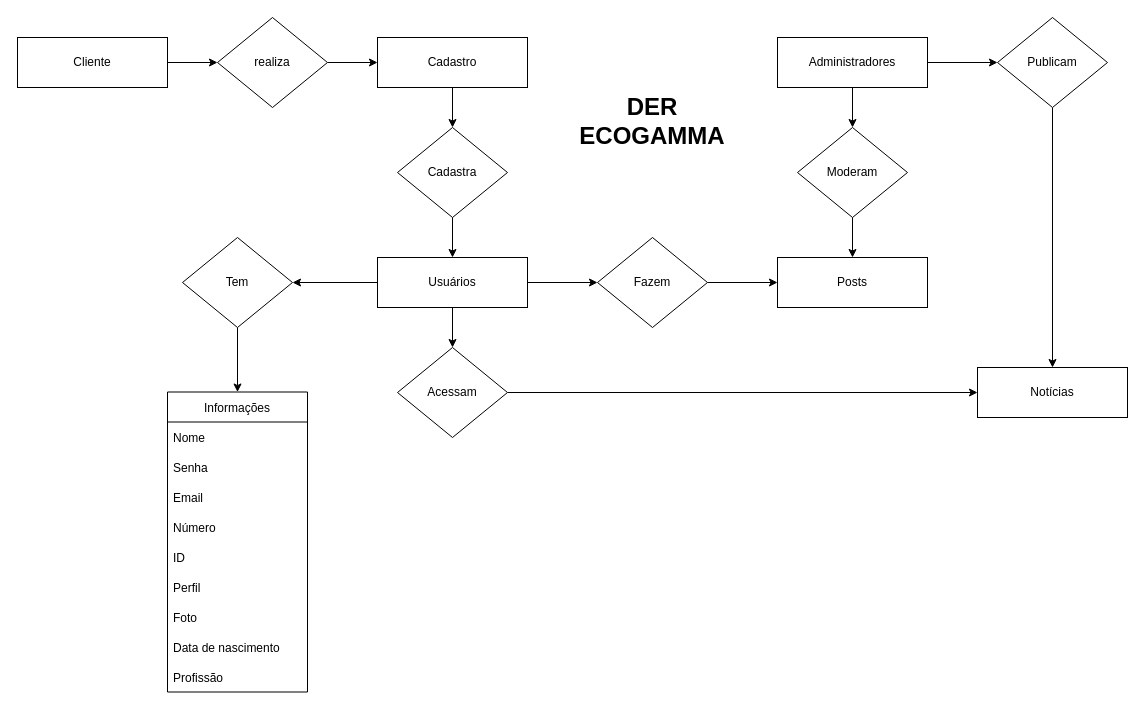
Before: page "Page-1" (1 of 2) of Mapa Conceitual/Untitled Diagram.drawio in zululuga/Ecogamma-mapa, a draw.io diagram. Source tidied: cells renumbered, new cells numbered last; positions are measured from the earlier drawing's top-left corner, leaving out a move shared by most shapes. Both pictures are drawn from the tidied source at 100%, with x=0, y=0 at pixel (17, 17).
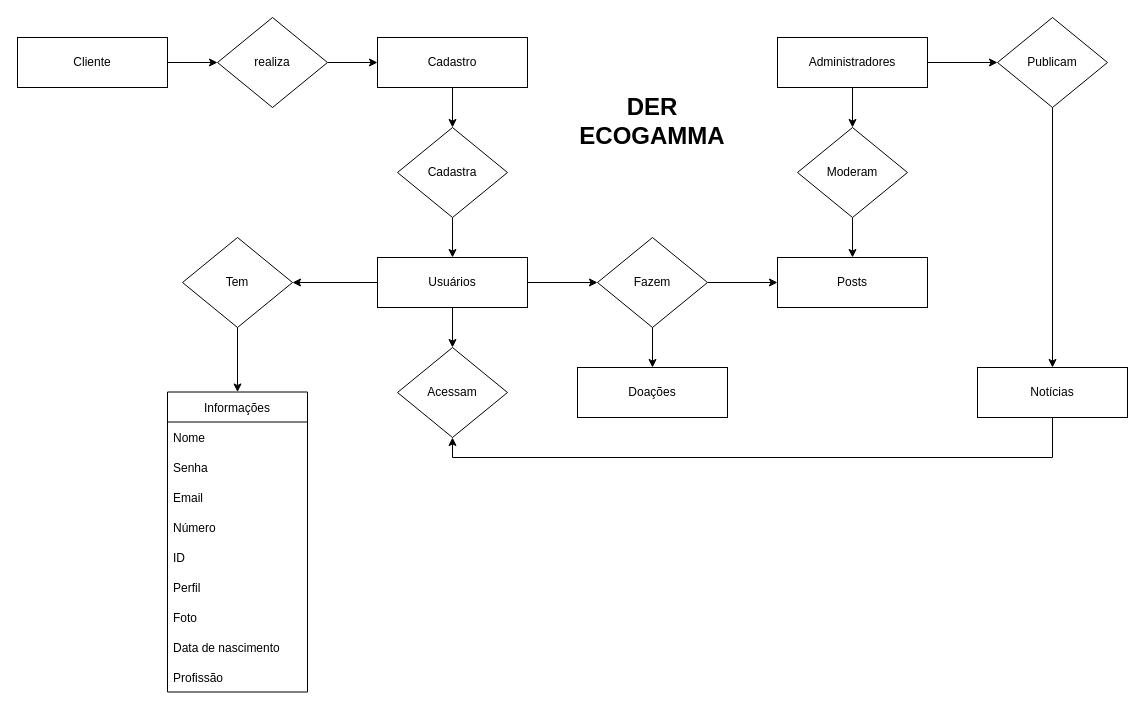
The same diagram, later.

Unchanged cells that the change refers to:
```xml
<mxCell id="18" value="Fazem" style="rhombus;whiteSpace=wrap;html=1;" parent="1" vertex="1">
  <mxGeometry x="580" y="220" width="110" height="90" as="geometry" />
</mxCell>
<mxCell id="27" value="Notícias" style="rounded=0;whiteSpace=wrap;html=1;" parent="1" vertex="1">
  <mxGeometry x="960" y="350" width="150" height="50" as="geometry" />
</mxCell>
<mxCell id="41" value="Acessam" style="rhombus;whiteSpace=wrap;html=1;" parent="1" vertex="1">
  <mxGeometry x="380" y="330" width="110" height="90" as="geometry" />
</mxCell>
```

Diff of the diagram source:
```diff
@@
+    <mxCell id="43" style="edgeStyle=orthogonalEdgeStyle;rounded=0;jettySize=auto;html=1;exitX=0.5;exitY=1;exitDx=0;exitDy=0;" parent="1" edge="1" source="18" target="45">
+      <mxGeometry relative="1" as="geometry" />
+    </mxCell>
@@
+    <mxCell id="44" style="edgeStyle=orthogonalEdgeStyle;rounded=0;jettySize=auto;html=1;exitX=0.5;exitY=1;exitDx=0;exitDy=0;entryX=0.5;entryY=1;entryDx=0;entryDy=0;" parent="1" edge="1" source="27" target="41">
+      <mxGeometry relative="1" as="geometry" />
+    </mxCell>
@@
-    <mxCell id="40" style="edgeStyle=orthogonalEdgeStyle;rounded=0;jettySize=auto;html=1;exitX=1;exitY=0.5;exitDx=0;exitDy=0;entryX=0;entryY=0.5;entryDx=0;entryDy=0;" parent="1" edge="1" source="41" target="27">
-      <mxGeometry relative="1" as="geometry" />
-    </mxCell>
@@
+    <mxCell id="45" value="Doações" style="rounded=0;whiteSpace=wrap;html=1;" parent="1" vertex="1">
+      <mxGeometry x="560" y="350" width="150" height="50" as="geometry" />
+    </mxCell>
```
